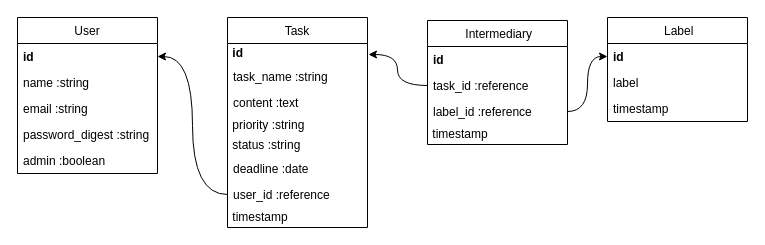
Above: docs/table.drawio in chemitaro/everyleaf (draw.io), before the change. Source tidied: cells renumbered, new cells numbered last; positions are measured from the earlier drawing's top-left corner, leaving out a move shared by most shapes. Both pictures are drawn from the tidied source at 100%, with x=0, y=0 at pixel (17, 17).
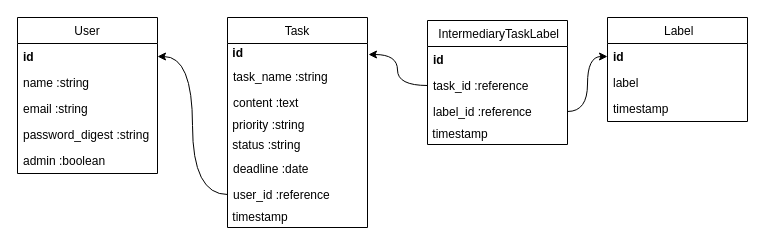
The same page after the edit.

The edit, as a diff of the source:
```diff
@@
-    <mxCell id="21" value=" Intermediary" style="swimlane;fontStyle=0;horizontal=1;startSize=26;align=center;" parent="1" vertex="1">
+    <mxCell id="21" value=" IntermediaryTaskLabel" style="swimlane;fontStyle=0;horizontal=1;startSize=26;align=center;" parent="1" vertex="1">
       <mxGeometry x="410" y="3" width="140" height="124" as="geometry" />
     </mxCell>
```
